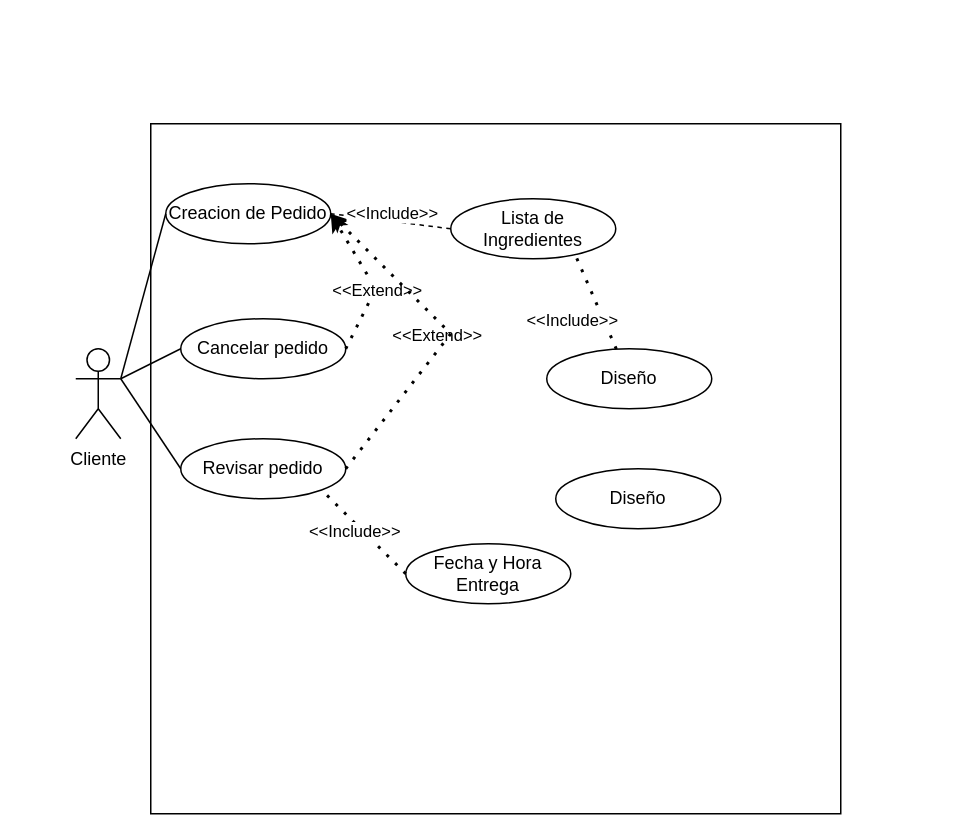
The draw.io diagram Diagrama de Caso de Uso (Cliente).drawio in jorgeortizcastillo2020-hue/MSI_JJ_PARADIGMA4-1_IEC_N2_C1, before the edit. Source tidied: cells renumbered, new cells numbered last; positions are measured from the earlier drawing's top-left corner, leaving out a move shared by most shapes. Both pictures are drawn from the tidied source at 150%, with x=0, y=0 at pixel (75, 123).
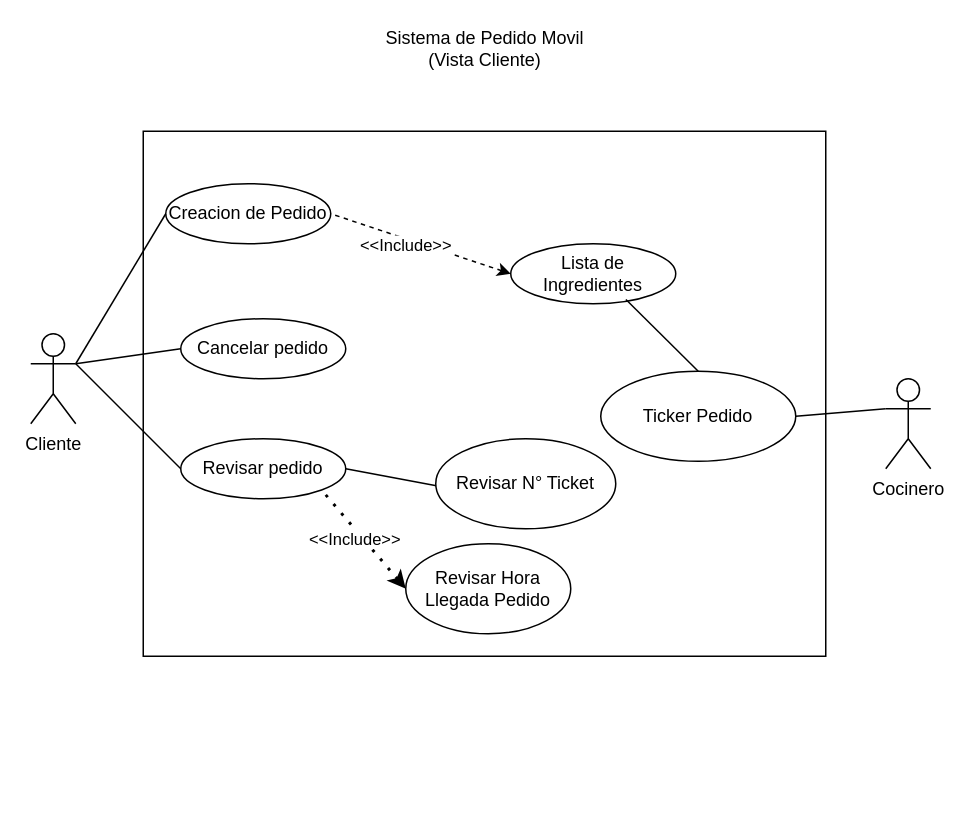
After the change.

The change refers to these unchanged cells:
```xml
<mxCell id="4" value="Creacion de Pedido" style="ellipse;whiteSpace=wrap;html=1;shapeInside=1;" parent="1" vertex="1">
  <mxGeometry x="60" y="40" width="110" height="40" as="geometry" />
</mxCell>
<mxCell id="5" value="Revisar pedido" style="ellipse;whiteSpace=wrap;html=1;shapeInside=1;" parent="1" vertex="1">
  <mxGeometry x="70" y="210" width="110" height="40" as="geometry" />
</mxCell>
<mxCell id="6" value="Cancelar pedido" style="ellipse;whiteSpace=wrap;html=1;shapeInside=1;" parent="1" vertex="1">
  <mxGeometry x="70" y="130" width="110" height="40" as="geometry" />
</mxCell>
```

The edit, as a diff of the source:
```diff
@@
+    <mxCell id="24" style="rounded=0;whiteSpace=wrap;html=1;" parent="1" vertex="1">
+      <mxGeometry x="45" y="5" width="455" height="350" as="geometry" />
+    </mxCell>
     <mxCell id="2" value="Cliente" style="shape=umlActor;verticalLabelPosition=bottom;verticalAlign=top;html=1;labelPerimeter=1;" parent="1" vertex="1">
-      <mxGeometry y="150" width="30" height="60" as="geometry" />
+      <mxGeometry x="-30" y="140" width="30" height="60" as="geometry" />
     </mxCell>
-    <mxCell id="3" style="whiteSpace=wrap;html=1;" parent="1" vertex="1">
-      <mxGeometry x="50" width="460" height="460" as="geometry" />
-    </mxCell>
@@
     <mxCell id="7" value="Lista de Ingredientes" style="ellipse;whiteSpace=wrap;html=1;shapeInside=1;" parent="1" vertex="1">
-      <mxGeometry x="250" y="50" width="110" height="40" as="geometry" />
+      <mxGeometry x="290" y="80" width="110" height="40" as="geometry" />
     </mxCell>
-    <mxCell id="8" value="Fecha y Hora Entrega" style="ellipse;whiteSpace=wrap;html=1;shapeInside=1;" parent="1" vertex="1">
-      <mxGeometry x="220" y="280" width="110" height="40" as="geometry" />
+    <mxCell id="8" value="Revisar Hora Llegada Pedido" style="ellipse;whiteSpace=wrap;html=1;shapeInside=1;" parent="1" vertex="1">
+      <mxGeometry x="220" y="280" width="110" height="60" as="geometry" />
     </mxCell>
-    <mxCell id="9" value="Diseño" style="ellipse;whiteSpace=wrap;html=1;shapeInside=1;" parent="1" vertex="1">
-      <mxGeometry x="314" y="150" width="110" height="40" as="geometry" />
-    </mxCell>
@@
-    <mxCell id="13" style="endArrow=none;dashed=1;html=1;rounded=0;defaultLabelBackgroundColor=page;entryX=1;entryY=0.5;entryDx=0;entryDy=0;exitX=0;exitY=0.5;exitDx=0;exitDy=0;" parent="1" edge="1" source="7" target="4">
+    <mxCell id="13" style="endArrow=none;dashed=1;html=1;rounded=0;defaultLabelBackgroundColor=page;entryX=1;entryY=0.5;entryDx=0;entryDy=0;exitX=0;exitY=0.5;exitDx=0;exitDy=0;endFill=0;startArrow=classic;startFill=1;" parent="1" edge="1" source="7" target="4">
       <mxGeometry relative="1" as="geometry" />
     </mxCell>
-    <mxCell id="14" style="endArrow=classic;dashed=1;html=1;dashPattern=1 3;strokeWidth=2;rounded=0;defaultLabelBackgroundColor=page;entryX=1;entryY=0.5;entryDx=0;entryDy=0;exitX=1;exitY=0.5;exitDx=0;exitDy=0;endFill=1;" parent="1" edge="1" source="6" target="4">
-      <mxGeometry relative="1" as="geometry">
-        <Array as="points">
-          <mxPoint x="200" y="110" />
-        </Array>
-      </mxGeometry>
-    </mxCell>
-    <mxCell id="15" value="&amp;lt;&amp;lt;Extend&amp;gt;&amp;gt;" style="edgeLabel;html=1;align=center;verticalAlign=middle;inheritText=1;defaultLabelBackgroundColor=page;" parent="14" vertex="1">
-      <mxGeometry x="0.29" y="1" relative="1" as="geometry">
-        <mxPoint x="12" y="18" as="offset" />
-      </mxGeometry>
-    </mxCell>
-    <mxCell id="16" value="&amp;lt;&amp;lt;Extend&amp;gt;&amp;gt;" style="edgeLabel;html=1;align=center;verticalAlign=middle;inheritText=1;defaultLabelBackgroundColor=page;" parent="14" vertex="1">
-      <mxGeometry x="0.29" y="1" relative="1" as="geometry">
-        <mxPoint x="52" y="48" as="offset" />
-      </mxGeometry>
-    </mxCell>
-    <mxCell id="17" style="endArrow=classic;dashed=1;html=1;dashPattern=1 3;strokeWidth=2;rounded=0;defaultLabelBackgroundColor=page;entryX=1;entryY=0.5;entryDx=0;entryDy=0;exitX=1;exitY=0.5;exitDx=0;exitDy=0;startArrow=none;startFill=0;endFill=1;" parent="1" edge="1" source="5" target="4">
-      <mxGeometry x="0.11" relative="1" as="geometry">
-        <Array as="points">
-          <mxPoint x="250" y="140" />
-        </Array>
-      </mxGeometry>
-    </mxCell>
-    <mxCell id="18" style="endArrow=none;dashed=1;html=1;dashPattern=1 3;strokeWidth=2;rounded=0;defaultLabelBackgroundColor=page;entryX=0.745;entryY=0.875;entryDx=0;entryDy=0;entryPerimeter=0;" parent="1" edge="1" source="9" target="7">
-      <mxGeometry relative="1" as="geometry" />
-    </mxCell>
-    <mxCell id="19" style="endArrow=none;dashed=1;html=1;dashPattern=1 3;strokeWidth=2;rounded=0;defaultLabelBackgroundColor=page;entryX=1;entryY=1;entryDx=0;entryDy=0;exitX=0;exitY=0.5;exitDx=0;exitDy=0;" parent="1" edge="1" source="8" target="5">
+    <mxCell id="19" style="endArrow=none;dashed=1;html=1;dashPattern=1 3;strokeWidth=2;rounded=0;defaultLabelBackgroundColor=page;entryX=1;entryY=1;entryDx=0;entryDy=0;exitX=0;exitY=0.5;exitDx=0;exitDy=0;startArrow=classic;startFill=1;" parent="1" edge="1" source="8" target="5">
       <mxGeometry relative="1" as="geometry" />
     </mxCell>
@@
-    <mxCell id="21" value="&amp;lt;&amp;lt;Include&amp;gt;&amp;gt;" style="edgeLabel;html=1;align=center;verticalAlign=middle;inheritText=1;defaultLabelBackgroundColor=page;" parent="19" vertex="1">
-      <mxGeometry x="0.1" y="4" relative="1" as="geometry">
-        <mxPoint x="145" y="-141" as="offset" />
-      </mxGeometry>
-    </mxCell>
     <mxCell id="22" value="&amp;lt;&amp;lt;Include&amp;gt;&amp;gt;" style="edgeLabel;html=1;align=center;verticalAlign=middle;inheritText=1;defaultLabelBackgroundColor=page;" parent="19" vertex="1">
       <mxGeometry x="0.1" y="4" relative="1" as="geometry">
-        <mxPoint x="25" y="-212" as="offset" />
+        <mxPoint x="34" y="-196" as="offset" />
       </mxGeometry>
     </mxCell>
-    <mxCell id="23" value="Diseño" style="ellipse;whiteSpace=wrap;html=1;shapeInside=1;" parent="1" vertex="1">
-      <mxGeometry x="320" y="230" width="110" height="40" as="geometry" />
-    </mxCell>
+    <mxCell id="25" value="Ticker Pedido" style="ellipse;whiteSpace=wrap;html=1;shapeInside=1;" parent="1" vertex="1">
+      <mxGeometry x="350" y="165" width="130" height="60" as="geometry" />
+    </mxCell>
+    <mxCell id="26" style="rounded=0;jettySize=auto;html=1;exitX=0;exitY=0.3333333333333333;exitDx=0;exitDy=0;exitPerimeter=0;entryX=1;entryY=0.5;entryDx=0;entryDy=0;defaultLabelBackgroundColor=page;endArrow=none;endFill=0;" parent="1" edge="1" source="27" target="25">
+      <mxGeometry relative="1" as="geometry" />
+    </mxCell>
+    <mxCell id="27" value="Cocinero" style="shape=umlActor;verticalLabelPosition=bottom;verticalAlign=top;html=1;outlineConnect=0;labelPerimeter=1;" parent="1" vertex="1">
+      <mxGeometry x="540" y="170" width="30" height="60" as="geometry" />
+    </mxCell>
+    <mxCell id="28" style="endArrow=none;html=1;rounded=0;defaultLabelBackgroundColor=page;entryX=0.698;entryY=0.93;entryDx=0;entryDy=0;entryPerimeter=0;exitX=0.5;exitY=0;exitDx=0;exitDy=0;" parent="1" edge="1" source="25" target="7">
+      <mxGeometry relative="1" as="geometry" />
+    </mxCell>
+    <mxCell id="29" style="endArrow=none;html=1;rounded=0;defaultLabelBackgroundColor=page;entryX=1;entryY=0.5;entryDx=0;entryDy=0;" parent="1" edge="1" target="5">
+      <mxGeometry relative="1" as="geometry">
+        <mxPoint x="260" y="245" as="sourcePoint" />
+      </mxGeometry>
+    </mxCell>
+    <mxCell id="30" value="Revisar N° Ticket" style="ellipse;whiteSpace=wrap;html=1;shapeInside=1;" parent="1" vertex="1">
+      <mxGeometry x="240" y="210" width="120" height="60" as="geometry" />
+    </mxCell>
+    <mxCell id="31" value="Sistema de Pedido Movil&lt;div&gt;(Vista Cliente)&lt;/div&gt;" style="text;html=1;whiteSpace=wrap;strokeColor=none;fillColor=none;align=center;verticalAlign=middle;rounded=0;" parent="1" vertex="1">
+      <mxGeometry x="167.5" y="-65" width="210" height="30" as="geometry" />
+    </mxCell>
```
